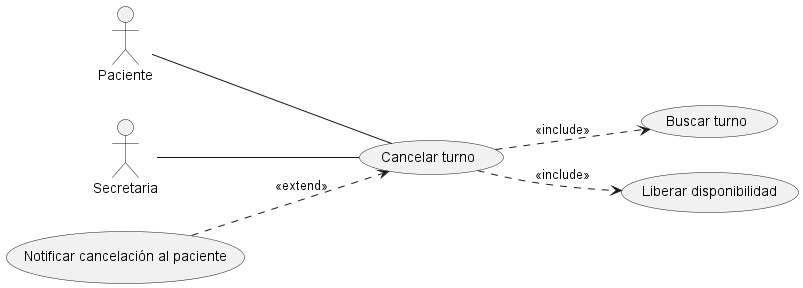
This is diagramas/02-casos-de-uso/02-caso-uso-cancelar-turno-02/02-caso-uso-cancelar-turno-02.png from FacundoGuiraldes/SistemaTurnosMedicos, a PlantUML export, as it was before one commit.
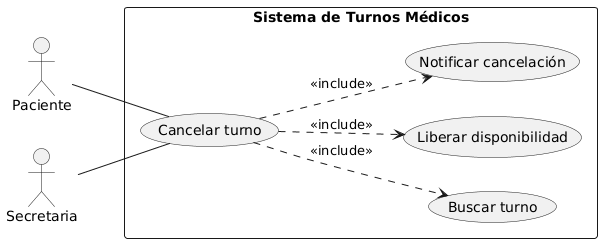
The same file after the commit.

Change to the diagram source:
```diff
@@ -1,17 +1,20 @@
 @startuml
 left to right direction
+
 actor Paciente
 actor Secretaria
 
-usecase "Cancelar turno" as UC1
-usecase "Buscar turno" as UC2
-usecase "Liberar disponibilidad" as UC3
-usecase "Notificar cancelación al paciente" as UC4
+rectangle "Sistema de Turnos Médicos" {
+    usecase "Cancelar turno" as UC1
+    usecase "Buscar turno" as UC2
+    usecase "Liberar disponibilidad" as UC3
+    usecase "Notificar cancelación" as UC4
+}
 
 Paciente -- UC1
 Secretaria -- UC1
 
 UC1 ..> UC2 : <<include>>
 UC1 ..> UC3 : <<include>>
-UC4 ..> UC1 : <<extend>>
+UC1 ..> UC4 : <<include>>
 @enduml
```
